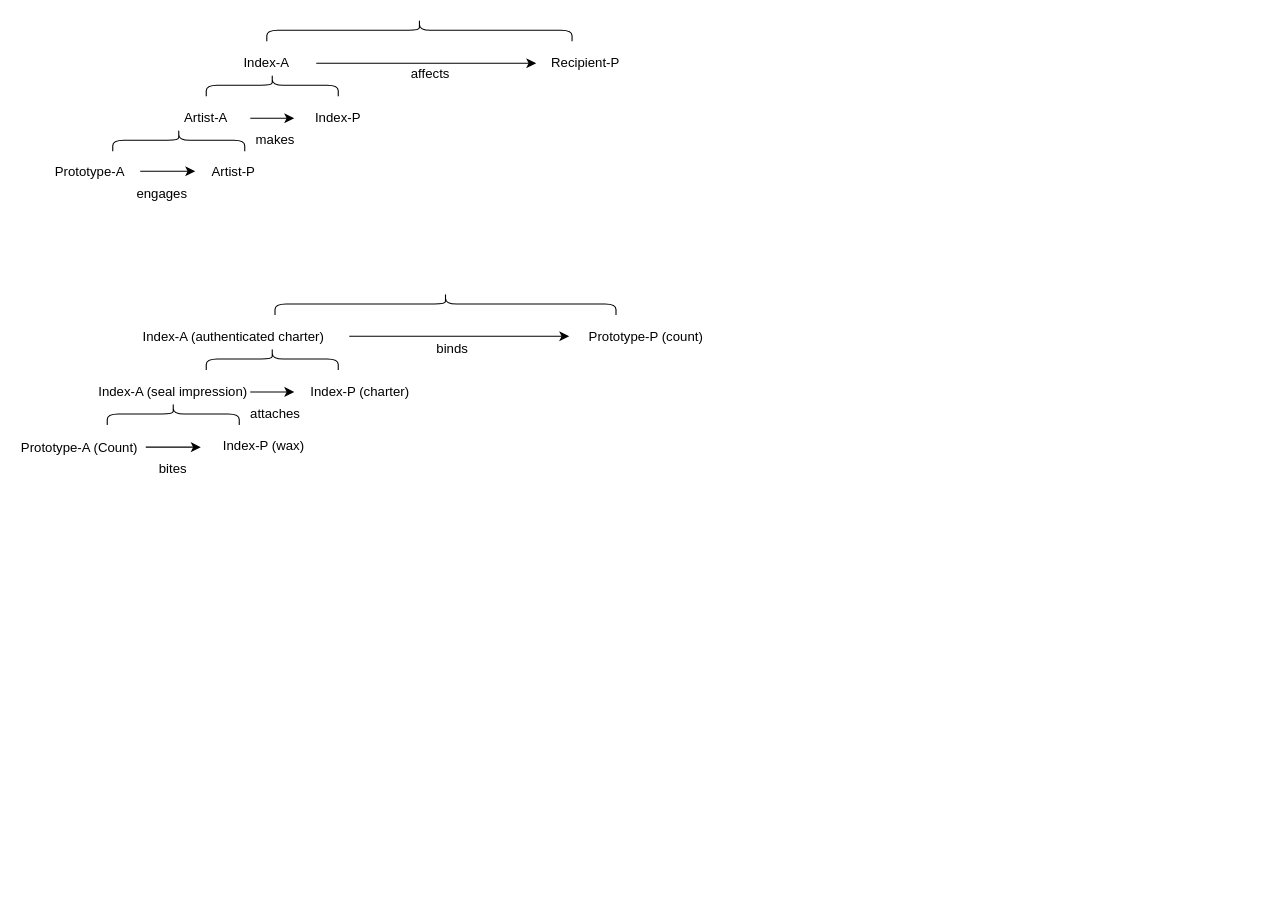
Earlier version of the draw.io diagram Untitled Diagram.drawio (matthewsillence/art_agency). Source tidied: cells renumbered, new cells numbered last; positions are measured from the earlier drawing's top-left corner, leaving out a move shared by most shapes. Both pictures are drawn from the tidied source at 110%, with x=0, y=0 at pixel (19, -123).
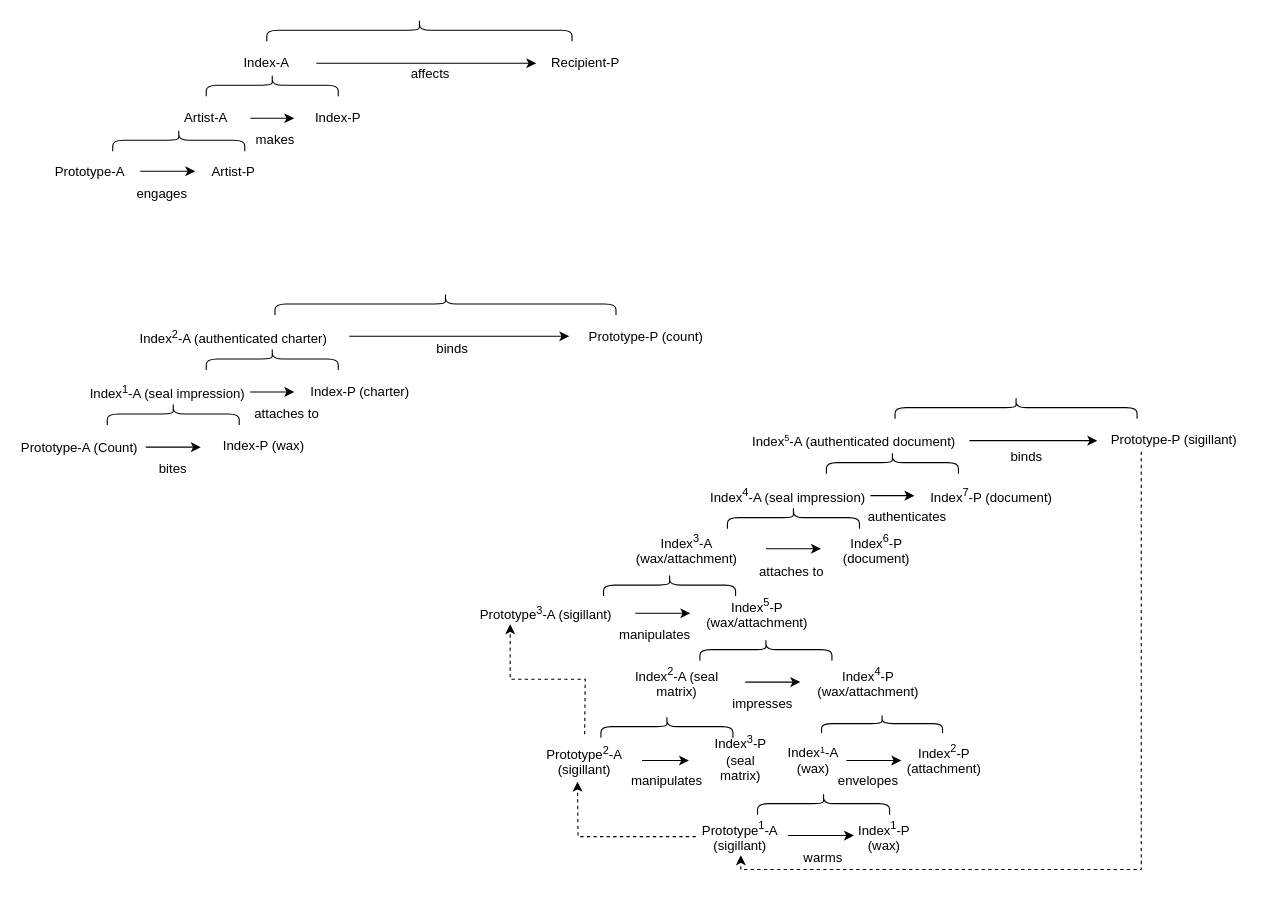
Above is the later version.

What changed in the source:
```diff
@@
-    <mxCell id="15" value="Index-A (authenticated charter)" style="text;html=1;strokeColor=none;fillColor=none;align=center;verticalAlign=middle;whiteSpace=wrap;rounded=0;" parent="1" vertex="1">
+    <mxCell id="15" value="Index&lt;sup&gt;2&lt;/sup&gt;-A (authenticated charter)" style="text;html=1;strokeColor=none;fillColor=none;align=center;verticalAlign=middle;whiteSpace=wrap;rounded=0;" parent="1" vertex="1">
       <mxGeometry x="100" y="407.8" width="190" height="20" as="geometry" />
     </mxCell>
@@
-    <mxCell id="25" value="Index-A (seal impression)" style="text;html=1;strokeColor=none;fillColor=none;align=center;verticalAlign=middle;whiteSpace=wrap;rounded=0;" parent="1" vertex="1">
-      <mxGeometry x="70" y="457.8" width="140" height="20" as="geometry" />
+    <mxCell id="25" value="Index&lt;sup&gt;1&lt;/sup&gt;-A (seal impression)" style="text;html=1;strokeColor=none;fillColor=none;align=center;verticalAlign=middle;whiteSpace=wrap;rounded=0;" parent="1" vertex="1">
+      <mxGeometry x="60" y="457.8" width="150" height="20" as="geometry" />
     </mxCell>
@@
-    <mxCell id="27" value="attaches" style="text;html=1;strokeColor=none;fillColor=none;align=center;verticalAlign=middle;whiteSpace=wrap;rounded=0;" parent="1" vertex="1">
-      <mxGeometry x="212.5" y="477.8" width="40" height="20" as="geometry" />
+    <mxCell id="27" value="attaches to" style="text;html=1;strokeColor=none;fillColor=none;align=center;verticalAlign=middle;whiteSpace=wrap;rounded=0;" parent="1" vertex="1">
+      <mxGeometry x="205" y="477.8" width="76.5" height="20" as="geometry" />
     </mxCell>
@@
+    <mxCell id="32" style="shape=curlyBracket;whiteSpace=wrap;html=1;rounded=1;rotation=90;" parent="1" vertex="1">
+      <mxGeometry x="896.2" y="372.1" width="20" height="220" as="geometry" />
+    </mxCell>
+    <mxCell id="33" value="Index&lt;span style=&quot;font-size: 10px&quot;&gt;&lt;sup&gt;5&lt;/sup&gt;&lt;/span&gt;-A (authenticated document)" style="text;html=1;strokeColor=none;fillColor=none;align=center;verticalAlign=middle;whiteSpace=wrap;rounded=0;" parent="1" vertex="1">
+      <mxGeometry x="663.8" y="502.1" width="190" height="20" as="geometry" />
+    </mxCell>
+    <mxCell id="34" style="edgeStyle=orthogonalEdgeStyle;rounded=0;jettySize=auto;html=1;dashed=1;" parent="1" edge="1" source="35">
+      <mxGeometry relative="1" as="geometry">
+        <mxPoint x="656" y="889" as="targetPoint" />
+        <Array as="points">
+          <mxPoint x="1020" y="902" />
+          <mxPoint x="656" y="902" />
+        </Array>
+      </mxGeometry>
+    </mxCell>
+    <mxCell id="35" value="Prototype-P (sigillant)" style="text;html=1;strokeColor=none;fillColor=none;align=center;verticalAlign=middle;whiteSpace=wrap;rounded=0;" parent="1" vertex="1">
+      <mxGeometry x="980" y="502.1" width="140" height="20" as="geometry" />
+    </mxCell>
+    <mxCell id="36" style="shape=curlyBracket;whiteSpace=wrap;html=1;rounded=1;rotation=90;" parent="1" vertex="1">
+      <mxGeometry x="783.8" y="472.1" width="20" height="120" as="geometry" />
+    </mxCell>
+    <mxCell id="37" value="Index&lt;sup&gt;7&lt;/sup&gt;-P (document)" style="text;html=1;strokeColor=none;fillColor=none;align=center;verticalAlign=middle;whiteSpace=wrap;rounded=0;" parent="1" vertex="1">
+      <mxGeometry x="823.8" y="552.1" width="120" height="20" as="geometry" />
+    </mxCell>
+    <mxCell id="38" style="shape=curlyBracket;whiteSpace=wrap;html=1;rounded=1;rotation=90;" parent="1" vertex="1">
+      <mxGeometry x="693.8" y="522.1" width="20" height="120" as="geometry" />
+    </mxCell>
+    <mxCell id="39" value="Index&lt;sup&gt;6&lt;/sup&gt;-P (document)" style="text;html=1;strokeColor=none;fillColor=none;align=center;verticalAlign=middle;whiteSpace=wrap;rounded=0;" parent="1" vertex="1">
+      <mxGeometry x="738.8" y="600.9" width="81.2" height="20" as="geometry" />
+    </mxCell>
+    <mxCell id="40" style="endArrow=classic;html=1;" parent="1" edge="1">
+      <mxGeometry relative="1" as="geometry">
+        <mxPoint x="773.8" y="562.1" as="sourcePoint" />
+        <mxPoint x="813.8" y="562.1" as="targetPoint" />
+      </mxGeometry>
+    </mxCell>
+    <mxCell id="41" style="endArrow=classic;html=1;" parent="1" edge="1">
+      <mxGeometry relative="1" as="geometry">
+        <mxPoint x="678.8" y="610.4" as="sourcePoint" />
+        <mxPoint x="728.8" y="610.4" as="targetPoint" />
+        <Array as="points">
+          <mxPoint x="688.8" y="610.4" />
+        </Array>
+      </mxGeometry>
+    </mxCell>
+    <mxCell id="42" style="endArrow=classic;html=1;" parent="1" edge="1">
+      <mxGeometry relative="1" as="geometry">
+        <mxPoint x="863.8" y="512.1" as="sourcePoint" />
+        <mxPoint x="980" y="512.1" as="targetPoint" />
+      </mxGeometry>
+    </mxCell>
+    <mxCell id="43" value="binds" style="text;html=1;strokeColor=none;fillColor=none;align=center;verticalAlign=middle;whiteSpace=wrap;rounded=0;" parent="1" vertex="1">
+      <mxGeometry x="896.2" y="517.1" width="40" height="20" as="geometry" />
+    </mxCell>
+    <mxCell id="44" value="Index&lt;sup&gt;4&lt;/sup&gt;-A (seal impression)" style="text;html=1;strokeColor=none;fillColor=none;align=center;verticalAlign=middle;whiteSpace=wrap;rounded=0;" parent="1" vertex="1">
+      <mxGeometry x="623.8" y="552.1" width="150" height="20" as="geometry" />
+    </mxCell>
+    <mxCell id="45" value="Index&lt;sup&gt;3&lt;/sup&gt;-A (wax/attachment)" style="text;html=1;strokeColor=none;fillColor=none;align=center;verticalAlign=middle;whiteSpace=wrap;rounded=0;" parent="1" vertex="1">
+      <mxGeometry x="540" y="600.9" width="133.8" height="20" as="geometry" />
+    </mxCell>
+    <mxCell id="46" value="authenticates" style="text;html=1;strokeColor=none;fillColor=none;align=center;verticalAlign=middle;whiteSpace=wrap;rounded=0;" parent="1" vertex="1">
+      <mxGeometry x="768.8" y="572.1" width="76.5" height="20" as="geometry" />
+    </mxCell>
+    <mxCell id="47" value="attaches to&amp;nbsp;" style="text;html=1;strokeColor=none;fillColor=none;align=center;verticalAlign=middle;whiteSpace=wrap;rounded=0;" parent="1" vertex="1">
+      <mxGeometry x="668.8" y="622.1" width="70" height="20" as="geometry" />
+    </mxCell>
+    <mxCell id="48" style="shape=curlyBracket;whiteSpace=wrap;html=1;rounded=1;rotation=90;" parent="1" vertex="1">
+      <mxGeometry x="578.8" y="712.1" width="20" height="120" as="geometry" />
+    </mxCell>
+    <mxCell id="49" style="shape=curlyBracket;whiteSpace=wrap;html=1;rounded=1;rotation=90;" parent="1" vertex="1">
+      <mxGeometry x="775.9" y="714.3" width="16.9" height="110" as="geometry" />
+    </mxCell>
+    <mxCell id="50" style="edgeStyle=orthogonalEdgeStyle;rounded=0;orthogonalLoop=1;jettySize=auto;html=1;exitX=0.5;exitY=1;exitDx=0;exitDy=0;" parent="1" edge="1">
+      <mxGeometry relative="1" as="geometry">
+        <mxPoint x="596.2" y="775.9" as="sourcePoint" />
+        <mxPoint x="596.2" y="775.9" as="targetPoint" />
+      </mxGeometry>
+    </mxCell>
+    <mxCell id="51" value="Index&lt;sup&gt;2&lt;/sup&gt;-P (attachment)" style="text;html=1;strokeColor=none;fillColor=none;align=center;verticalAlign=middle;whiteSpace=wrap;rounded=0;" parent="1" vertex="1">
+      <mxGeometry x="811.2" y="792.1" width="60" height="20" as="geometry" />
+    </mxCell>
+    <mxCell id="52" value="Index&lt;span style=&quot;font-size: 10px&quot;&gt;&lt;sup&gt;1&lt;/sup&gt;&lt;/span&gt;-A (wax)" style="text;html=1;strokeColor=none;fillColor=none;align=center;verticalAlign=middle;whiteSpace=wrap;rounded=0;" parent="1" vertex="1">
+      <mxGeometry x="691.9" y="793.4" width="60" height="20" as="geometry" />
+    </mxCell>
+    <mxCell id="53" style="endArrow=classic;html=1;" parent="1" edge="1">
+      <mxGeometry relative="1" as="geometry">
+        <mxPoint x="751.9" y="802.9" as="sourcePoint" />
+        <mxPoint x="801.9" y="802.9" as="targetPoint" />
+      </mxGeometry>
+    </mxCell>
+    <mxCell id="54" value="envelopes" style="text;html=1;strokeColor=none;fillColor=none;align=center;verticalAlign=middle;whiteSpace=wrap;rounded=0;" parent="1" vertex="1">
+      <mxGeometry x="751.9" y="812.1" width="40" height="20" as="geometry" />
+    </mxCell>
+    <mxCell id="55" style="edgeStyle=orthogonalEdgeStyle;rounded=0;jettySize=auto;html=1;entryX=0.25;entryY=1;entryDx=0;entryDy=0;dashed=1;" parent="1" edge="1" target="71">
+      <mxGeometry relative="1" as="geometry">
+        <mxPoint x="514" y="779" as="sourcePoint" />
+      </mxGeometry>
+    </mxCell>
+    <mxCell id="56" value="Prototype&lt;sup&gt;2&lt;/sup&gt;-A (sigillant)" style="text;html=1;strokeColor=none;fillColor=none;align=center;verticalAlign=middle;whiteSpace=wrap;rounded=0;" parent="1" vertex="1">
+      <mxGeometry x="470" y="793.4" width="87.5" height="20" as="geometry" />
+    </mxCell>
+    <mxCell id="57" value="Index&lt;sup&gt;3&lt;/sup&gt;-P (seal matrix)" style="text;html=1;strokeColor=none;fillColor=none;align=center;verticalAlign=middle;whiteSpace=wrap;rounded=0;" parent="1" vertex="1">
+      <mxGeometry x="622.5" y="789" width="66.2" height="24.4" as="geometry" />
+    </mxCell>
+    <mxCell id="58" style="endArrow=classic;html=1;" parent="1" edge="1">
+      <mxGeometry relative="1" as="geometry">
+        <mxPoint x="566.2" y="802.9" as="sourcePoint" />
+        <mxPoint x="608.8" y="802.9" as="targetPoint" />
+      </mxGeometry>
+    </mxCell>
+    <mxCell id="59" value="manipulates" style="text;html=1;strokeColor=none;fillColor=none;align=center;verticalAlign=middle;whiteSpace=wrap;rounded=0;" parent="1" vertex="1">
+      <mxGeometry x="568.8" y="812.1" width="40" height="20" as="geometry" />
+    </mxCell>
+    <mxCell id="60" style="shape=curlyBracket;whiteSpace=wrap;html=1;rounded=1;rotation=90;" parent="1" vertex="1">
+      <mxGeometry x="581.2" y="583.4" width="20" height="120" as="geometry" />
+    </mxCell>
+    <mxCell id="61" value="Index&lt;sup&gt;2&lt;/sup&gt;-A (seal matrix)" style="text;html=1;strokeColor=none;fillColor=none;align=center;verticalAlign=middle;whiteSpace=wrap;rounded=0;" parent="1" vertex="1">
+      <mxGeometry x="557.5" y="722.1" width="80" height="20" as="geometry" />
+    </mxCell>
+    <mxCell id="62" style="endArrow=classic;html=1;" parent="1" edge="1">
+      <mxGeometry relative="1" as="geometry">
+        <mxPoint x="660" y="731.6" as="sourcePoint" />
+        <mxPoint x="710" y="731.6" as="targetPoint" />
+      </mxGeometry>
+    </mxCell>
+    <mxCell id="63" value="impresses" style="text;html=1;strokeColor=none;fillColor=none;align=center;verticalAlign=middle;whiteSpace=wrap;rounded=0;" parent="1" vertex="1">
+      <mxGeometry x="656.2" y="742.1" width="40" height="20" as="geometry" />
+    </mxCell>
+    <mxCell id="64" style="shape=curlyBracket;whiteSpace=wrap;html=1;rounded=1;rotation=90;" parent="1" vertex="1">
+      <mxGeometry x="721.2" y="782.1" width="20" height="120" as="geometry" />
+    </mxCell>
+    <mxCell id="65" style="edgeStyle=orthogonalEdgeStyle;rounded=0;jettySize=auto;html=1;dashed=1;" parent="1" edge="1" source="66">
+      <mxGeometry relative="1" as="geometry">
+        <mxPoint x="507.5" y="822.1" as="targetPoint" />
+      </mxGeometry>
+    </mxCell>
+    <mxCell id="66" value="Prototype&lt;sup&gt;1&lt;/sup&gt;-A (sigillant)" style="text;html=1;strokeColor=none;fillColor=none;align=center;verticalAlign=middle;whiteSpace=wrap;rounded=0;" parent="1" vertex="1">
+      <mxGeometry x="615" y="862.1" width="81.2" height="20" as="geometry" />
+    </mxCell>
+    <mxCell id="67" style="endArrow=classic;html=1;" parent="1" edge="1">
+      <mxGeometry relative="1" as="geometry">
+        <mxPoint x="698.8" y="871.1" as="sourcePoint" />
+        <mxPoint x="758.8" y="871.1" as="targetPoint" />
+      </mxGeometry>
+    </mxCell>
+    <mxCell id="68" value="warms" style="text;html=1;strokeColor=none;fillColor=none;align=center;verticalAlign=middle;whiteSpace=wrap;rounded=0;" parent="1" vertex="1">
+      <mxGeometry x="711.2" y="882.1" width="40" height="20" as="geometry" />
+    </mxCell>
+    <mxCell id="69" value="Index&lt;sup&gt;1&lt;/sup&gt;-P (wax)" style="text;html=1;strokeColor=none;fillColor=none;align=center;verticalAlign=middle;whiteSpace=wrap;rounded=0;" parent="1" vertex="1">
+      <mxGeometry x="761.9" y="862.1" width="49.4" height="20" as="geometry" />
+    </mxCell>
+    <mxCell id="70" style="shape=curlyBracket;whiteSpace=wrap;html=1;rounded=1;rotation=90;" parent="1" vertex="1">
+      <mxGeometry x="668.8" y="642.1" width="20" height="120" as="geometry" />
+    </mxCell>
+    <mxCell id="71" value="Prototype&lt;sup&gt;3&lt;/sup&gt;-A (sigillant)" style="text;html=1;strokeColor=none;fillColor=none;align=center;verticalAlign=middle;whiteSpace=wrap;rounded=0;" parent="1" vertex="1">
+      <mxGeometry x="413.8" y="659" width="130" height="20" as="geometry" />
+    </mxCell>
+    <mxCell id="72" style="endArrow=classic;html=1;" parent="1" edge="1">
+      <mxGeometry relative="1" as="geometry">
+        <mxPoint x="560" y="669" as="sourcePoint" />
+        <mxPoint x="610" y="669" as="targetPoint" />
+      </mxGeometry>
+    </mxCell>
+    <mxCell id="73" value="Index&lt;sup&gt;5&lt;/sup&gt;-P (wax/attachment)" style="text;html=1;strokeColor=none;fillColor=none;align=center;verticalAlign=middle;whiteSpace=wrap;rounded=0;" parent="1" vertex="1">
+      <mxGeometry x="637.5" y="659" width="66.2" height="20" as="geometry" />
+    </mxCell>
+    <mxCell id="74" value="manipulates" style="text;html=1;strokeColor=none;fillColor=none;align=center;verticalAlign=middle;whiteSpace=wrap;rounded=0;" parent="1" vertex="1">
+      <mxGeometry x="557.5" y="679" width="40" height="20" as="geometry" />
+    </mxCell>
+    <mxCell id="75" value="Index&lt;sup&gt;4&lt;/sup&gt;-P (wax/attachment)" style="text;html=1;strokeColor=none;fillColor=none;align=center;verticalAlign=middle;whiteSpace=wrap;rounded=0;" parent="1" vertex="1">
+      <mxGeometry x="751.9" y="722.1" width="40" height="20" as="geometry" />
+    </mxCell>
+    <mxCell id="76" style="edgeStyle=orthogonalEdgeStyle;shape=arrow;rounded=0;orthogonalLoop=1;jettySize=auto;html=1;exitX=0.5;exitY=1;exitDx=0;exitDy=0;" parent="1" edge="1" source="74" target="74">
+      <mxGeometry relative="1" as="geometry" />
+    </mxCell>
```
